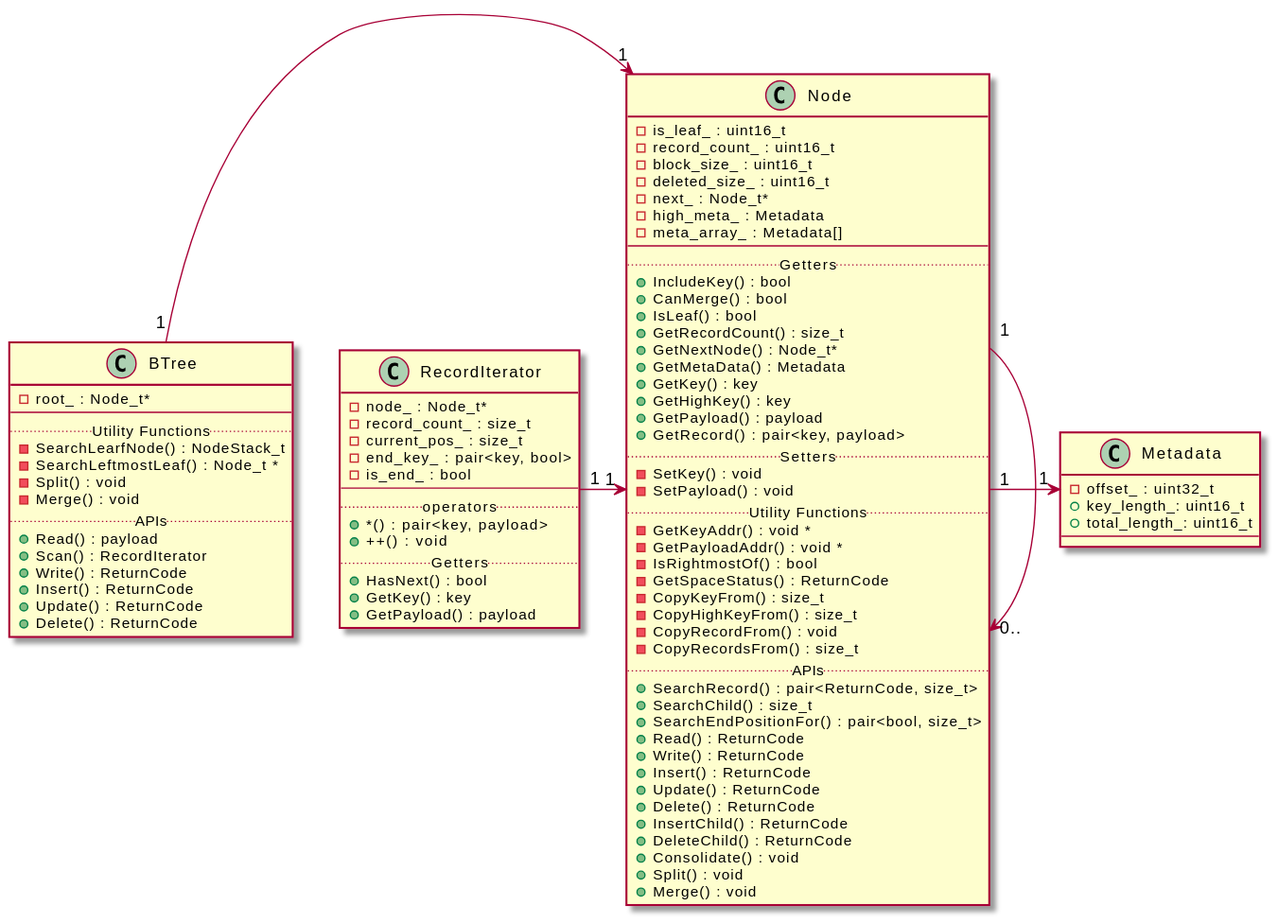
Earlier version of the PlantUML export design_doc/figures/b_tree_class.svg (dbgroup-nagoya-u/b-tree).
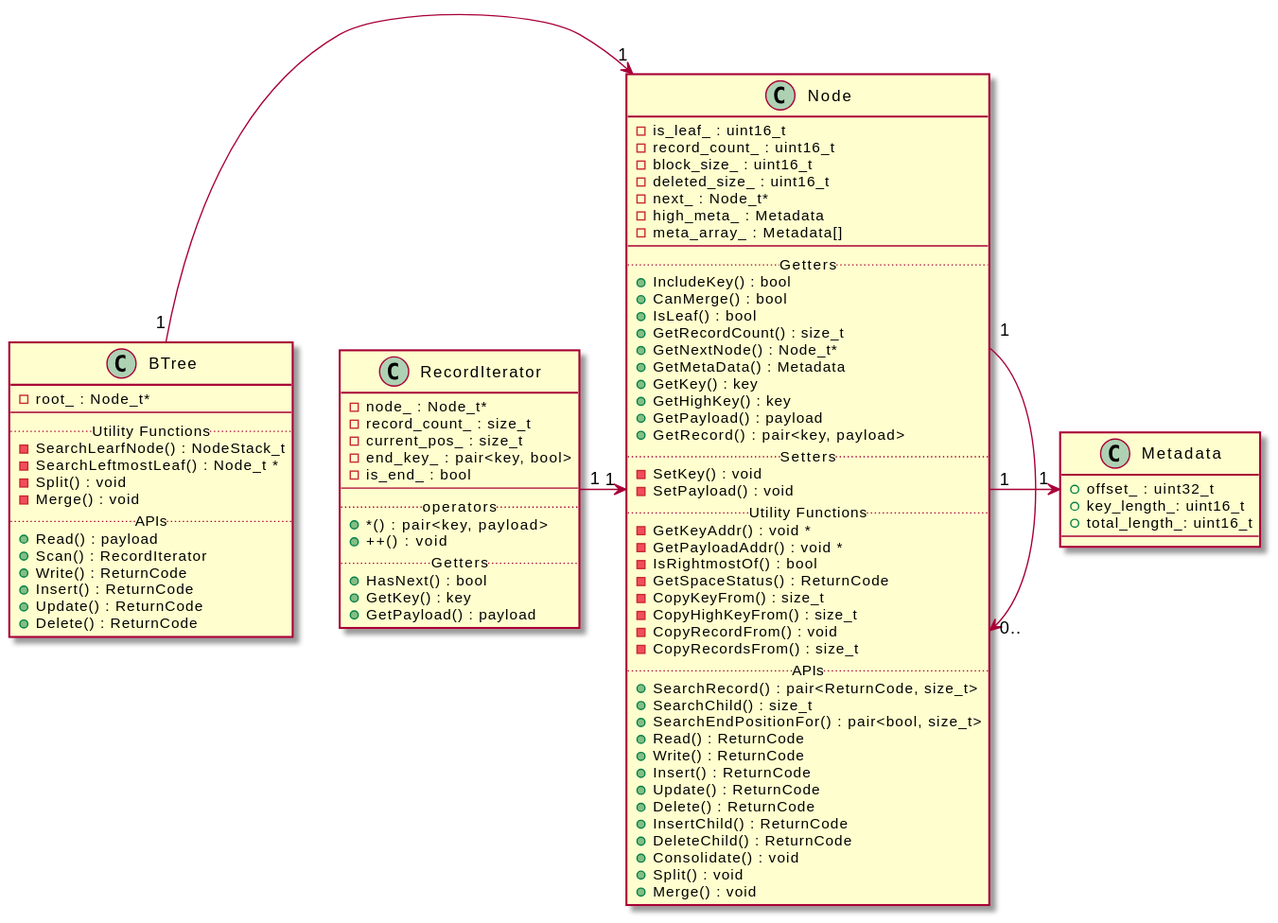
The same diagram one commit later.

Commit message:
modify b_tree class diagram

Change to the diagram source:
```diff
@@ -66,7 +66,7 @@
 }
 
 class Metadata{
-  -offset_ : uint32_t
+  +offset_ : uint32_t
   +key_length_: uint16_t
   +total_length_: uint16_t
 --
```
